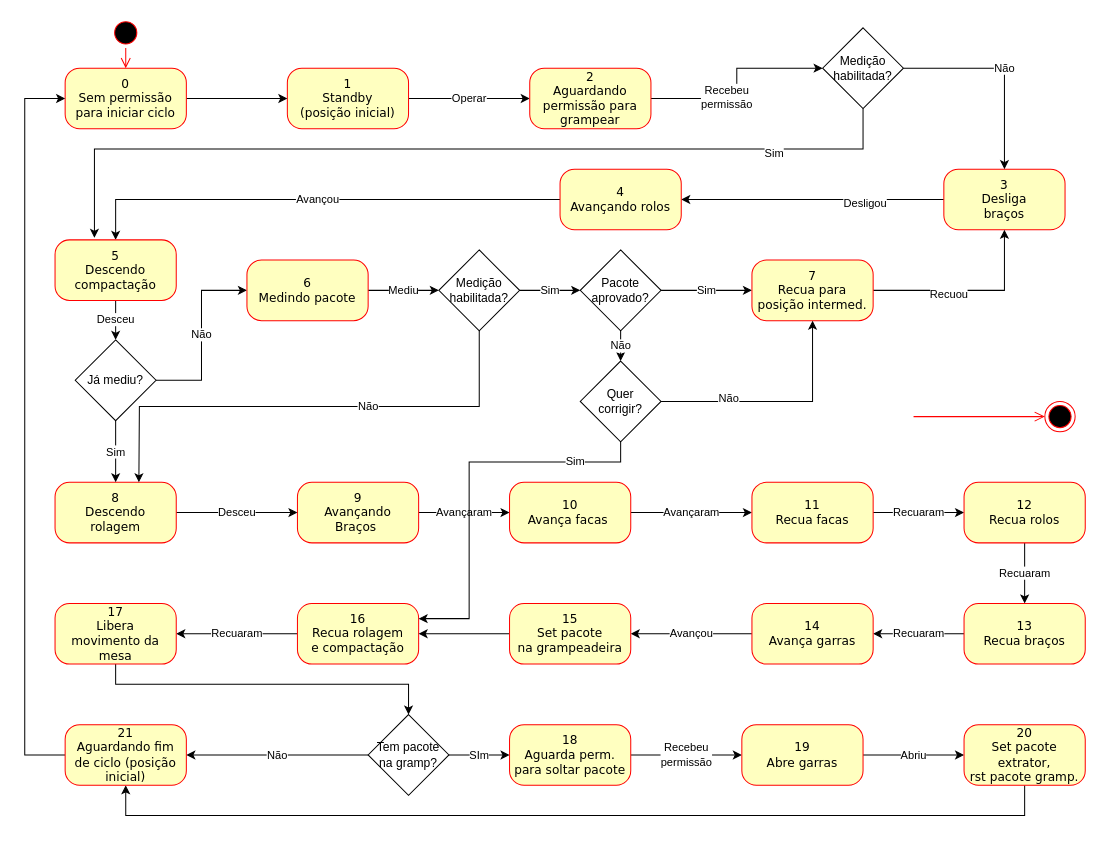
JonanMuller/M04196N03_Grampeadeira keeps this draw.io diagram as estadosGrampeadeiraV2.drawio. Above is the earlier version. Source tidied: cells renumbered, new cells numbered last; positions are measured from the earlier drawing's top-left corner, leaving out a move shared by most shapes. Both pictures are drawn from the tidied source at 101%, with x=0, y=0 at pixel (24, 17).
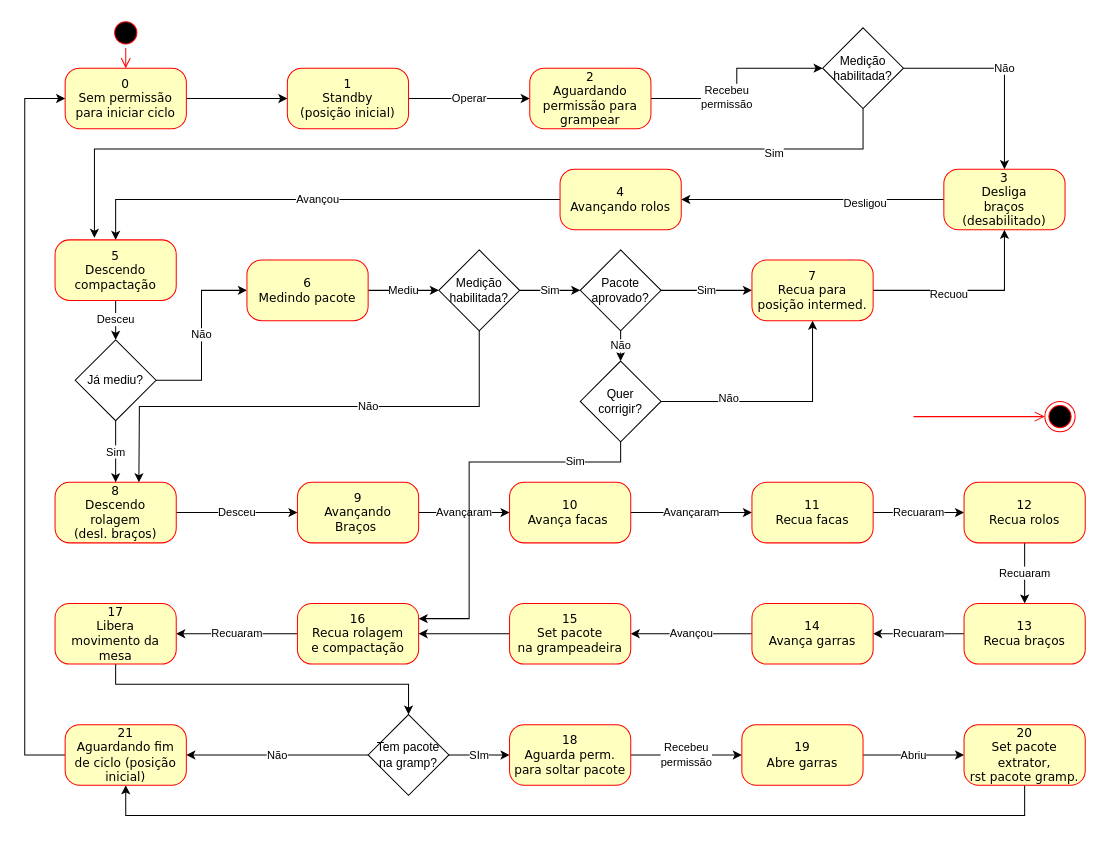
The same diagram, later.

Change to the diagram source:
```diff
@@
-    <mxCell id="13" value="3&lt;br&gt;Desliga&lt;br&gt;braços" style="rounded=1;whiteSpace=wrap;html=1;arcSize=24;fillColor=#ffffc0;strokeColor=#ff0000;shadow=0;comic=0;labelBackgroundColor=none;fontFamily=Verdana;fontSize=12;fontColor=#000000;align=center;" parent="1" vertex="1">
+    <mxCell id="13" value="3&lt;br&gt;Desliga&lt;br&gt;braços (desabilitado)" style="rounded=1;whiteSpace=wrap;html=1;arcSize=24;fillColor=#ffffc0;strokeColor=#ff0000;shadow=0;comic=0;labelBackgroundColor=none;fontFamily=Verdana;fontSize=12;fontColor=#000000;align=center;" parent="1" vertex="1">
       <mxGeometry x="910" y="150" width="120" height="60" as="geometry" />
     </mxCell>
@@
-    <mxCell id="15" value="8&lt;br&gt;Descendo&lt;br&gt;rolagem" style="rounded=1;whiteSpace=wrap;html=1;arcSize=24;fillColor=#ffffc0;strokeColor=#ff0000;shadow=0;comic=0;labelBackgroundColor=none;fontFamily=Verdana;fontSize=12;fontColor=#000000;align=center;" parent="1" vertex="1">
+    <mxCell id="15" value="8&lt;br&gt;Descendo&lt;br&gt;rolagem&lt;br&gt;(desl. braços)" style="rounded=1;whiteSpace=wrap;html=1;arcSize=24;fillColor=#ffffc0;strokeColor=#ff0000;shadow=0;comic=0;labelBackgroundColor=none;fontFamily=Verdana;fontSize=12;fontColor=#000000;align=center;" parent="1" vertex="1">
       <mxGeometry x="30" y="460" width="120" height="60" as="geometry" />
     </mxCell>
```
